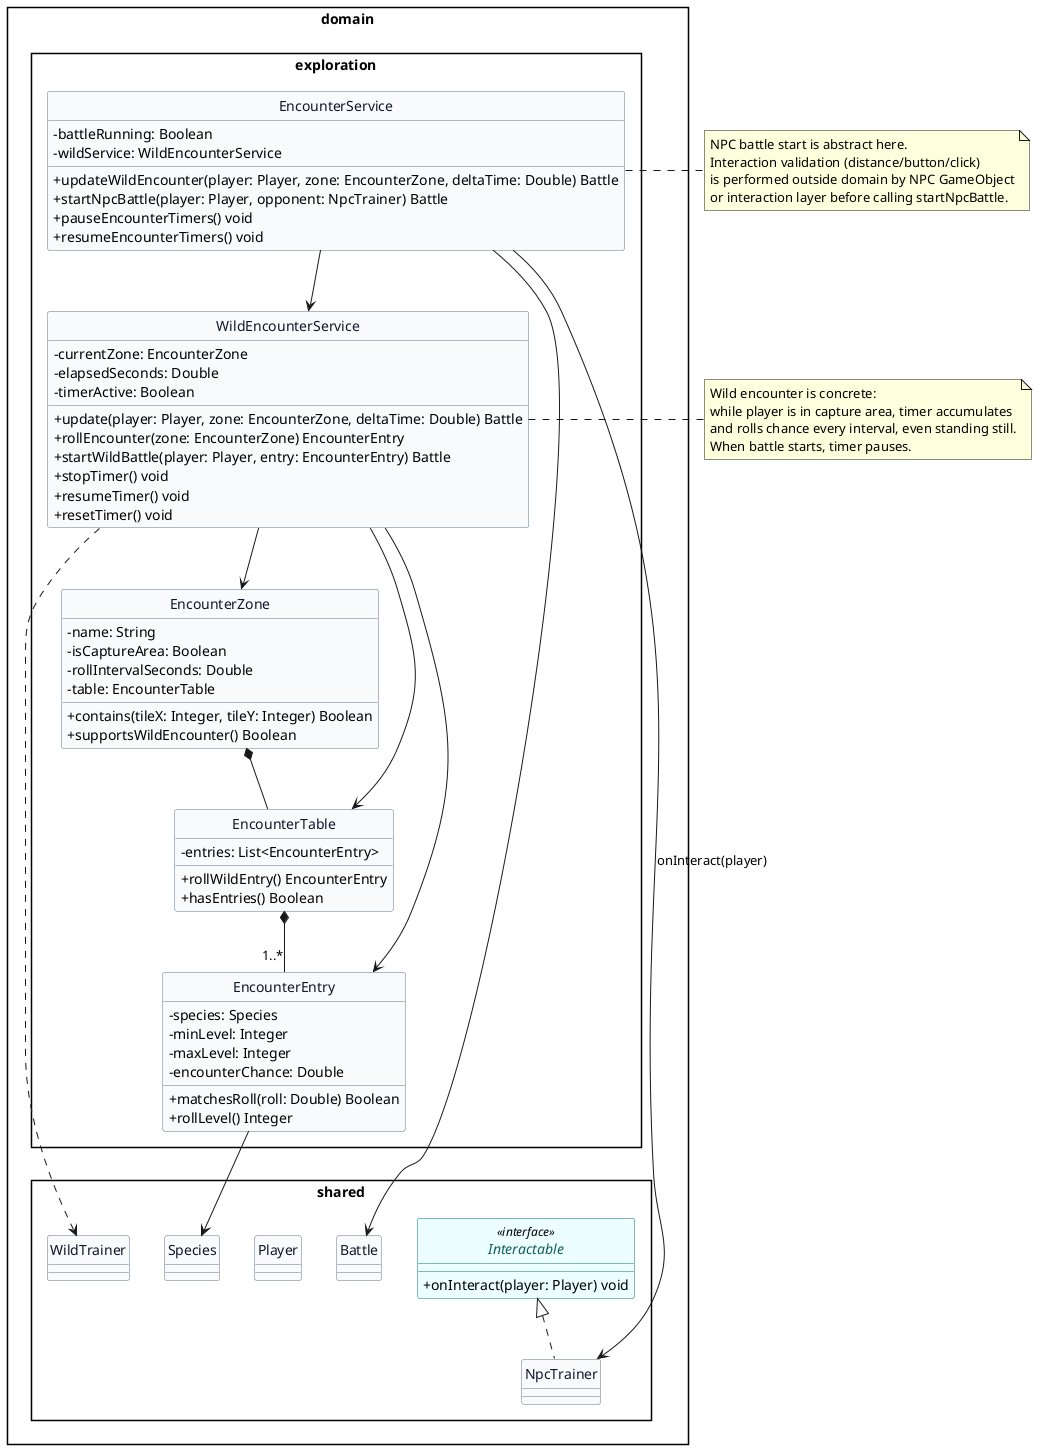
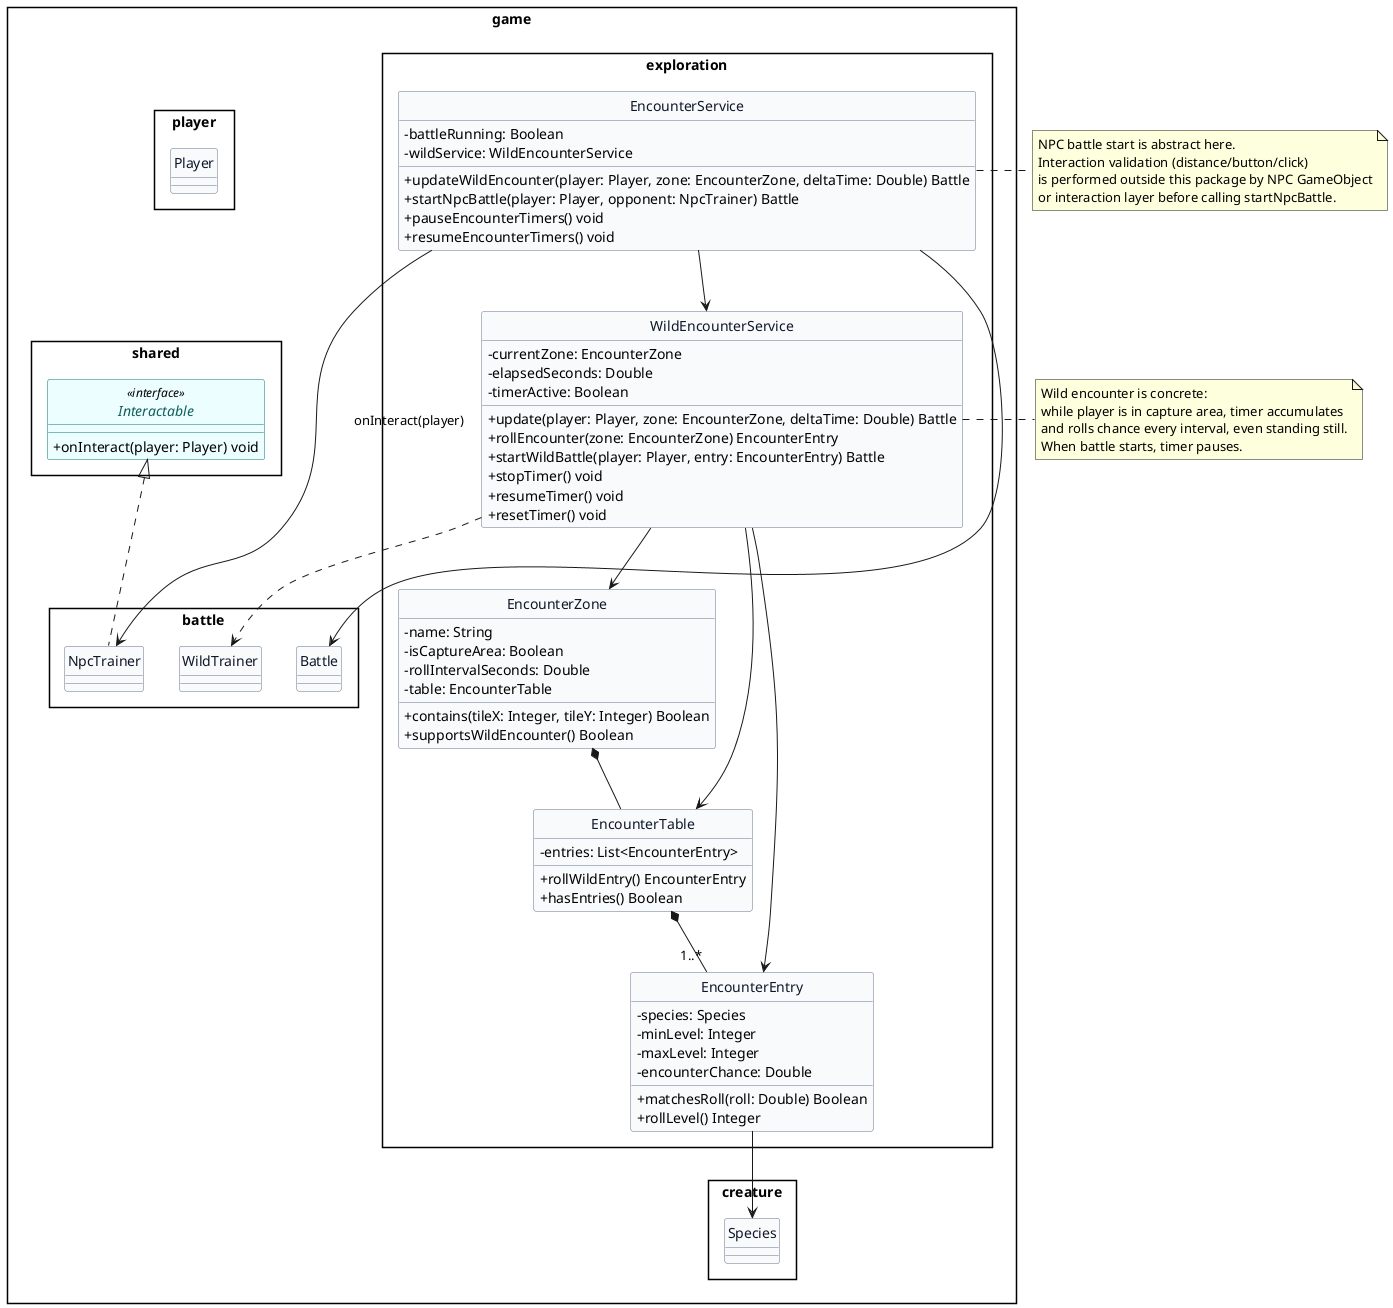
@startuml exploration_encounter
skinparam style strictuml
skinparam packageStyle rectangle
skinparam shadowing false
skinparam classAttributeIconSize 0

skinparam class {
    BackgroundColor #F8FAFC
    BorderColor #64748B
    FontColor #0F172A
}

skinparam class<<abstract>> {
    BackgroundColor #FFF7ED
    BorderColor #C2410C
    FontColor #9A3412
}

skinparam class<<interface>> {
    BackgroundColor #ECFEFF
    BorderColor #0F766E
    FontColor #115E59
}

skinparam class<<enum>> {
    BackgroundColor #EEF2FF
    BorderColor #4338CA
    FontColor #312E81
}

- package "domain.exploration" {
+ package "game.exploration" {
    class EncounterZone #F8FAFC {
        -name: String
        -isCaptureArea: Boolean
        -rollIntervalSeconds: Double
        -table: EncounterTable
        +contains(tileX: Integer, tileY: Integer) Boolean
        +supportsWildEncounter() Boolean
    }

    class EncounterTable #F8FAFC {
        -entries: List<EncounterEntry>
        +rollWildEntry() EncounterEntry
        +hasEntries() Boolean
    }

    class EncounterEntry #F8FAFC {
        -species: Species
        -minLevel: Integer
        -maxLevel: Integer
        -encounterChance: Double
        +matchesRoll(roll: Double) Boolean
        +rollLevel() Integer
    }

    class WildEncounterService #F8FAFC {
        -currentZone: EncounterZone
        -elapsedSeconds: Double
        -timerActive: Boolean
        +update(player: Player, zone: EncounterZone, deltaTime: Double) Battle
        +rollEncounter(zone: EncounterZone) EncounterEntry
        +startWildBattle(player: Player, entry: EncounterEntry) Battle
        +stopTimer() void
        +resumeTimer() void
        +resetTimer() void
    }

    class EncounterService #F8FAFC {
        -battleRunning: Boolean
        -wildService: WildEncounterService
        +updateWildEncounter(player: Player, zone: EncounterZone, deltaTime: Double) Battle
        +startNpcBattle(player: Player, opponent: NpcTrainer) Battle
        +pauseEncounterTimers() void
        +resumeEncounterTimers() void
    }
}

- package "domain.shared" {
+ package "game.shared" {
    interface Interactable <<interface>> #ECFEFF {
        +onInteract(player: Player) void
    }
+ }

+ package "game.creature" {
    class Species #F8FAFC
+ }
+ 
+ package "game.player" {
    class Player #F8FAFC
+ }
+ 
+ package "game.battle" {
    class NpcTrainer #F8FAFC
    class WildTrainer #F8FAFC
    class Battle #F8FAFC
}

EncounterZone *-- EncounterTable
EncounterTable *-- "1..*" EncounterEntry
EncounterEntry --> Species

WildEncounterService --> EncounterZone
WildEncounterService --> EncounterTable
WildEncounterService --> EncounterEntry
WildEncounterService ..> WildTrainer

EncounterService --> WildEncounterService
EncounterService --> NpcTrainer : onInteract(player)
EncounterService --> Battle

Interactable <|.. NpcTrainer

note right of EncounterService
NPC battle start is abstract here.
Interaction validation (distance/button/click)
- is performed outside domain by NPC GameObject
+ is performed outside this package by NPC GameObject
or interaction layer before calling startNpcBattle.
end note

note right of WildEncounterService
Wild encounter is concrete:
while player is in capture area, timer accumulates
and rolls chance every interval, even standing still.
When battle starts, timer pauses.
end note

@enduml
